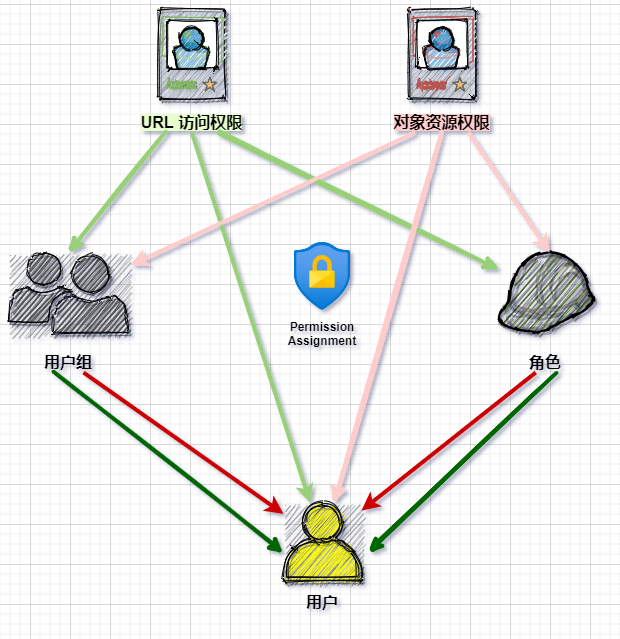
Earlier version of the draw.io export document/rbac_manual/HIS-RBAC-AssignPerm.png (YuanchenZhu2020/HIS_void). Source tidied: cells renumbered, new cells last; positions are measured from the earlier drawing's top-left corner, leaving out a move shared by most shapes. Source of this version:
```xml
<mxGraphModel>
  <root>
    <mxCell id="0" />
    <mxCell id="1" parent="0" />
    <mxCell id="2" style="group;" parent="1" vertex="1">
      <mxGeometry x="130" y="0.5" width="106.7" height="123.5" as="geometry" />
    </mxCell>
    <mxCell id="3" style="verticalLabelPosition=bottom;html=1;verticalAlign=top;strokeColor=#82b366;align=center;shape=mxgraph.citrix.access_card;shadow=1;sketch=1;fillColor=#d5e8d4;" parent="2" vertex="1">
      <mxGeometry x="20" width="66.6" height="90" as="geometry" />
    </mxCell>
    <mxCell id="4" value="&lt;b&gt;&lt;font style=&quot;font-size: 16px ; background-color: rgb(230 , 255 , 204)&quot;&gt;URL 访问权限&lt;/font&gt;&lt;/b&gt;" style="text;html=1;strokeColor=none;fillColor=none;align=center;verticalAlign=middle;whiteSpace=wrap;rounded=0;shadow=1;sketch=1;" parent="2" vertex="1">
      <mxGeometry y="103.5" width="106.7" height="20" as="geometry" />
    </mxCell>
    <mxCell id="5" style="group;" parent="1" vertex="1">
      <mxGeometry x="380" y="0.5" width="106.7" height="123.5" as="geometry" />
    </mxCell>
    <mxCell id="6" style="verticalLabelPosition=bottom;html=1;verticalAlign=top;strokeColor=#b85450;align=center;shape=mxgraph.citrix.access_card;shadow=1;sketch=1;fillColor=#f8cecc;" parent="5" vertex="1">
      <mxGeometry x="20" width="66.6" height="90" as="geometry" />
    </mxCell>
    <mxCell id="7" value="&lt;b&gt;&lt;font style=&quot;font-size: 16px ; background-color: rgb(255 , 204 , 204)&quot;&gt;对象资源权限&lt;/font&gt;&lt;/b&gt;" style="text;html=1;strokeColor=none;fillColor=none;align=center;verticalAlign=middle;whiteSpace=wrap;rounded=0;shadow=1;sketch=1;" parent="5" vertex="1">
      <mxGeometry y="103.5" width="106.7" height="20" as="geometry" />
    </mxCell>
    <mxCell id="8" style="group;" parent="1" vertex="1">
      <mxGeometry y="244" width="120" height="120" as="geometry" />
    </mxCell>
    <mxCell id="9" style="shadow=1;html=1;labelPosition=center;verticalLabelPosition=bottom;verticalAlign=top;align=center;fillColor=#505050;shape=mxgraph.mscae.intune.user_group;sketch=1;strokeWidth=1;" parent="8" vertex="1">
      <mxGeometry width="120" height="80" as="geometry" />
    </mxCell>
    <mxCell id="10" value="&lt;b&gt;&lt;font style=&quot;font-size: 16px&quot;&gt;用户组&lt;/font&gt;&lt;/b&gt;" style="text;html=1;strokeColor=none;fillColor=none;align=center;verticalAlign=middle;whiteSpace=wrap;rounded=0;shadow=1;sketch=1;" parent="8" vertex="1">
      <mxGeometry x="30" y="100" width="60" height="20" as="geometry" />
    </mxCell>
    <mxCell id="11" style="group;" parent="1" vertex="1">
      <mxGeometry x="490" y="244" width="94.5" height="120" as="geometry" />
    </mxCell>
    <mxCell id="12" style="outlineConnect=0;dashed=0;verticalLabelPosition=bottom;verticalAlign=top;align=center;html=1;shape=mxgraph.aws3.role;fillColor=#759C3E;gradientColor=none;shadow=1;sketch=1;strokeColor=#000000;strokeWidth=2;" parent="11" vertex="1">
      <mxGeometry width="94.5" height="79.5" as="geometry" />
    </mxCell>
    <mxCell id="13" value="&lt;b&gt;&lt;font style=&quot;font-size: 16px&quot;&gt;角色&lt;/font&gt;&lt;/b&gt;" style="text;html=1;strokeColor=none;fillColor=none;align=center;verticalAlign=middle;whiteSpace=wrap;rounded=0;shadow=1;sketch=1;" parent="11" vertex="1">
      <mxGeometry x="27.2" y="100" width="40" height="20" as="geometry" />
    </mxCell>
    <mxCell id="14" style="group;" parent="1" vertex="1">
      <mxGeometry x="275" y="494" width="78" height="110" as="geometry" />
    </mxCell>
    <mxCell id="15" style="outlineConnect=0;fontColor=#232F3E;gradientColor=none;dashed=0;verticalLabelPosition=bottom;verticalAlign=top;align=center;html=1;fontSize=12;fontStyle=0;shape=mxgraph.aws4.user;shadow=1;sketch=1;fillColor=#FFFF00;" parent="14" vertex="1">
      <mxGeometry width="78" height="78" as="geometry" />
    </mxCell>
    <mxCell id="16" value="&lt;b&gt;&lt;font style=&quot;font-size: 16px&quot;&gt;用户&lt;/font&gt;&lt;/b&gt;" style="text;html=1;strokeColor=none;fillColor=none;align=center;verticalAlign=middle;whiteSpace=wrap;rounded=0;shadow=1;sketch=1;" parent="14" vertex="1">
      <mxGeometry x="19" y="90" width="40" height="20" as="geometry" />
    </mxCell>
    <mxCell id="17" style="endArrow=classic;html=1;entryX=0.5;entryY=0;entryDx=0;entryDy=0;entryPerimeter=0;strokeWidth=4;shadow=0;sketch=1;exitX=0.25;exitY=1;exitDx=0;exitDy=0;strokeColor=#97D077;" parent="1" edge="1" source="4" target="9">
      <mxGeometry relative="1" as="geometry" />
    </mxCell>
    <mxCell id="18" style="endArrow=classic;html=1;shadow=0;strokeWidth=4;sketch=1;exitX=0.25;exitY=1;exitDx=0;exitDy=0;entryX=0;entryY=0.641;entryDx=0;entryDy=0;entryPerimeter=0;strokeColor=#006600;" parent="1" edge="1" source="10" target="15">
      <mxGeometry relative="1" as="geometry" />
    </mxCell>
    <mxCell id="19" style="endArrow=classic;html=1;shadow=0;strokeColor=#97D077;strokeWidth=4;sketch=1;exitX=0.75;exitY=1;exitDx=0;exitDy=0;" parent="1" edge="1" source="4" target="12">
      <mxGeometry relative="1" as="geometry" />
    </mxCell>
    <mxCell id="20" style="endArrow=classic;html=1;shadow=0;strokeColor=#97D077;strokeWidth=4;exitX=0.5;exitY=1;exitDx=0;exitDy=0;" parent="1" edge="1" source="4" target="15">
      <mxGeometry relative="1" as="geometry" />
    </mxCell>
    <mxCell id="21" style="endArrow=classic;html=1;shadow=0;strokeWidth=4;sketch=1;exitX=0.75;exitY=1;exitDx=0;exitDy=0;strokeColor=#006600;" parent="1" edge="1" source="13">
      <mxGeometry relative="1" as="geometry">
        <mxPoint x="360" y="544" as="targetPoint" />
      </mxGeometry>
    </mxCell>
    <mxCell id="22" style="endArrow=classic;html=1;shadow=0;strokeWidth=4;strokeColor=#FFCCCC;exitX=0.25;exitY=1;exitDx=0;exitDy=0;entryX=1.014;entryY=0.16;entryDx=0;entryDy=0;entryPerimeter=0;" parent="1" edge="1" source="7" target="9">
      <mxGeometry relative="1" as="geometry" />
    </mxCell>
    <mxCell id="23" style="endArrow=classic;html=1;shadow=0;strokeColor=#FFCCCC;strokeWidth=4;sketch=1;exitX=0.5;exitY=1;exitDx=0;exitDy=0;" parent="1" edge="1" source="7" target="15">
      <mxGeometry relative="1" as="geometry" />
    </mxCell>
    <mxCell id="24" style="endArrow=classic;html=1;shadow=0;strokeColor=#FFCCCC;strokeWidth=4;exitX=0.75;exitY=1;exitDx=0;exitDy=0;entryX=0.54;entryY=0;entryDx=0;entryDy=0;entryPerimeter=0;" parent="1" edge="1" source="7" target="12">
      <mxGeometry relative="1" as="geometry" />
    </mxCell>
    <mxCell id="25" style="endArrow=classic;html=1;shadow=0;strokeWidth=4;exitX=0.75;exitY=1;exitDx=0;exitDy=0;strokeColor=#CC0000;" parent="1" edge="1" source="10" target="15">
      <mxGeometry relative="1" as="geometry" />
    </mxCell>
    <mxCell id="26" style="endArrow=classic;html=1;shadow=0;strokeWidth=4;exitX=0.25;exitY=1;exitDx=0;exitDy=0;strokeColor=#CC0000;" parent="1" edge="1" source="13" target="15">
      <mxGeometry relative="1" as="geometry" />
    </mxCell>
    <mxCell id="27" style="group;" parent="1" vertex="1">
      <mxGeometry x="272" y="234" width="84" height="112" as="geometry" />
    </mxCell>
    <mxCell id="28" style="html=1;align=center;image;fontSize=12;image=img/lib/azure2/security/Conditional_Access.svg;shadow=1;sketch=1;strokeColor=#000000;strokeWidth=2;fillColor=#FFFF00;gradientColor=none;" parent="27" vertex="1">
      <mxGeometry x="14" width="56" height="68" as="geometry" />
    </mxCell>
    <mxCell id="29" value="&lt;b&gt;Permission Assignment&lt;/b&gt;" style="text;html=1;strokeColor=none;fillColor=none;align=center;verticalAlign=middle;whiteSpace=wrap;rounded=0;shadow=1;sketch=1;" parent="27" vertex="1">
      <mxGeometry y="70" width="84" height="42" as="geometry" />
    </mxCell>
  </root>
</mxGraphModel>
```
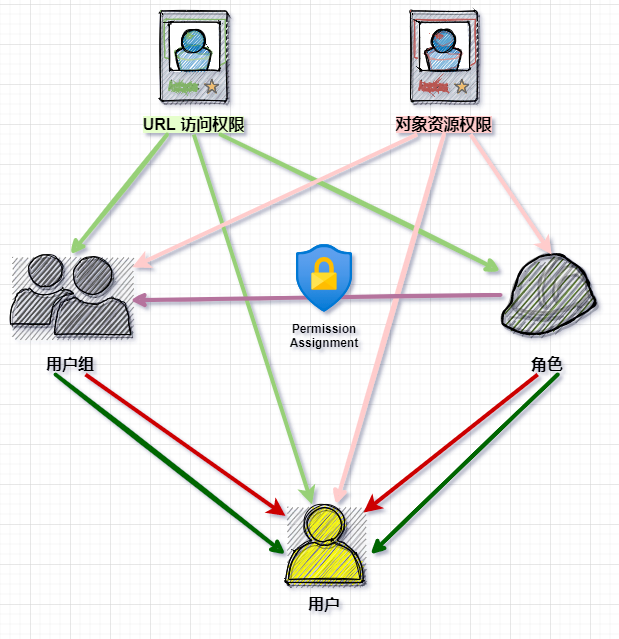
After the change.

Change to the diagram source:
```diff
@@ -79,6 +79,9 @@
     <mxCell id="26" style="endArrow=classic;html=1;shadow=0;strokeWidth=4;exitX=0.25;exitY=1;exitDx=0;exitDy=0;strokeColor=#CC0000;" parent="1" edge="1" source="13" target="15">
       <mxGeometry relative="1" as="geometry" />
     </mxCell>
+    <mxCell id="30" style="endArrow=classic;html=1;entryX=0.997;entryY=0.572;entryDx=0;entryDy=0;entryPerimeter=0;strokeWidth=4;shadow=0;sketch=1;strokeColor=#B5739D;" parent="1" edge="1" source="12" target="9">
+      <mxGeometry relative="1" as="geometry" />
+    </mxCell>
     <mxCell id="27" style="group;" parent="1" vertex="1">
       <mxGeometry x="272" y="234" width="84" height="112" as="geometry" />
     </mxCell>
```
